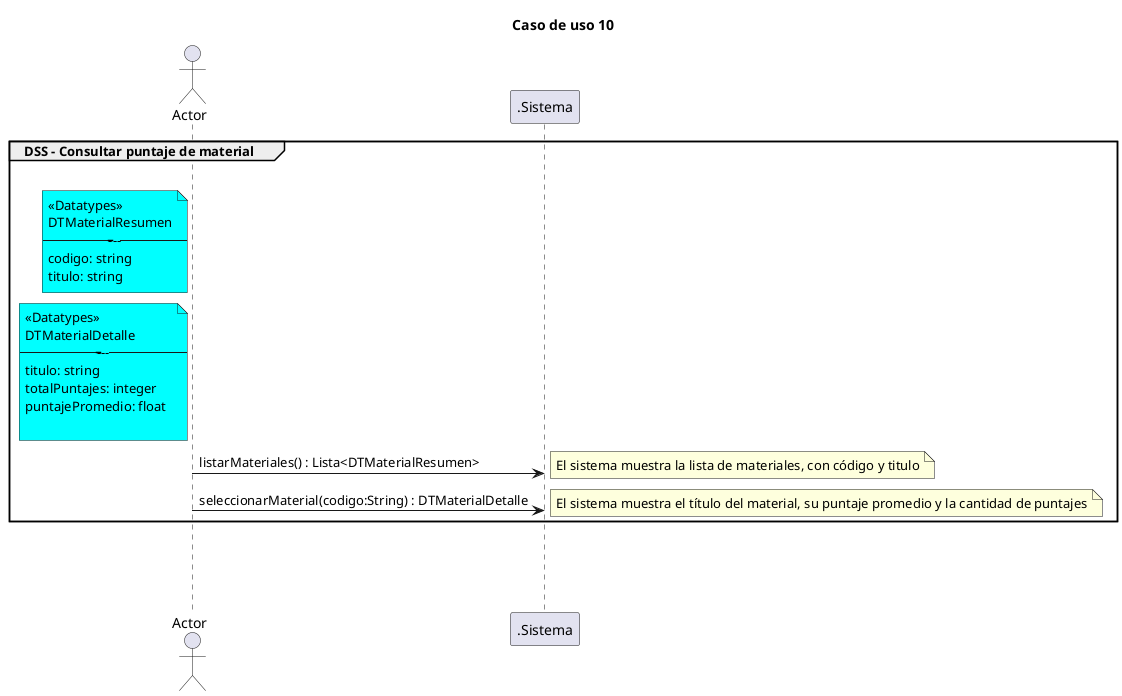
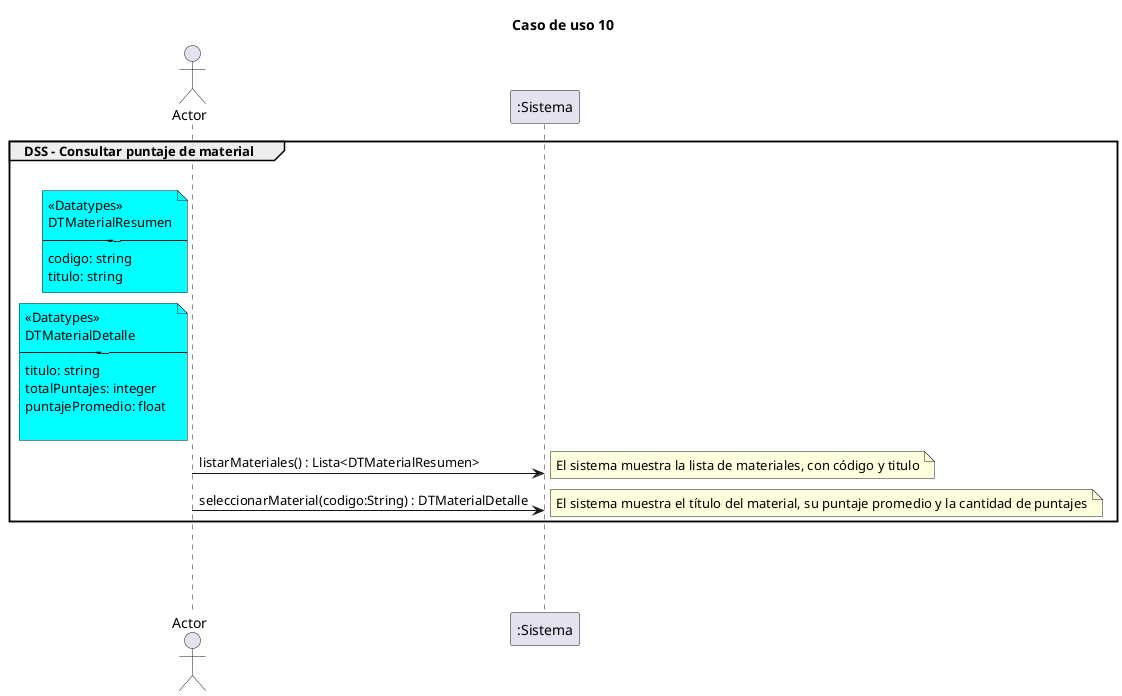
@startuml
/' El caso de uso comienza cuando el actor desea consultar los puntajes de un
material. El sistema muestra la lista de materiales registrados indicando su código
y título, y el actor selecciona uno de ellos. A continuación, el sistema muestra el
título del material, su puntaje promedio y la cantidad total de puntajes
registrados para dicho material'/


title Caso de uso 10

group DSS - Consultar puntaje de material
Actor Actor
' El actor puede ser un funcionario o un lector, pero para simplificar se representa como Actor
|||
note left of Actor #aqua
<<Datatypes>>
DTMaterialResumen
-----------
codigo: string
titulo: string
end note

note left of Actor #aqua
<<Datatypes>>
DTMaterialDetalle
-----------
titulo: string
totalPuntajes: integer
puntajePromedio: float

end note

- Actor -> .Sistema : listarMateriales() : Lista<DTMaterialResumen>
+ Actor -> ":Sistema" : listarMateriales() : Lista<DTMaterialResumen>
note right: El sistema muestra la lista de materiales, con código y titulo

- Actor -> .Sistema : seleccionarMaterial(codigo:String) : DTMaterialDetalle
+ Actor -> ":Sistema" : seleccionarMaterial(codigo:String) : DTMaterialDetalle
note right: El sistema muestra el título del material, su puntaje promedio y la cantidad de puntajes

end
|||
|||
|||

@enduml